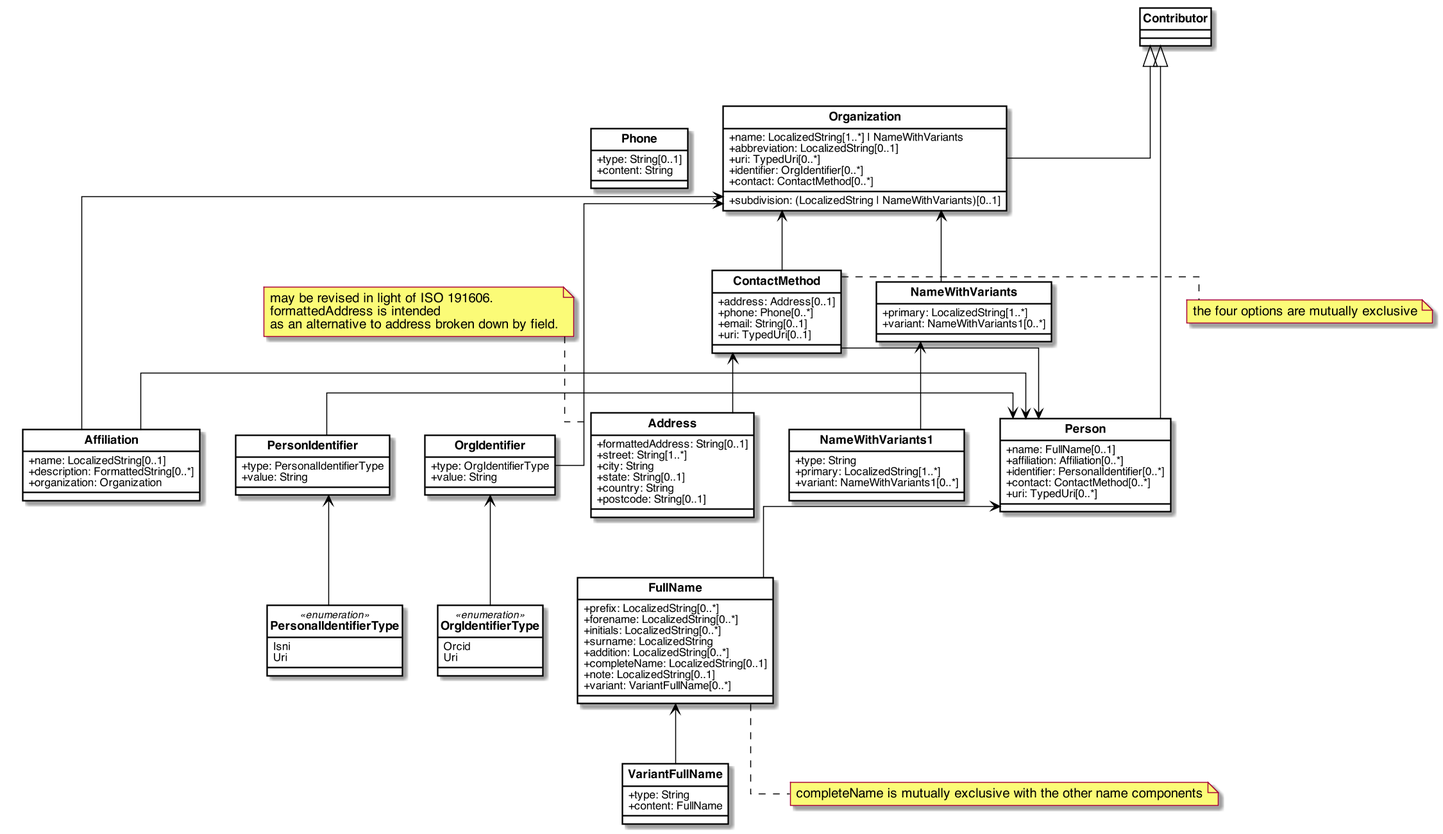
This is images/RelBib_Contributor.png from relaton/relaton-models, a PlantUML export, as it was before one commit.
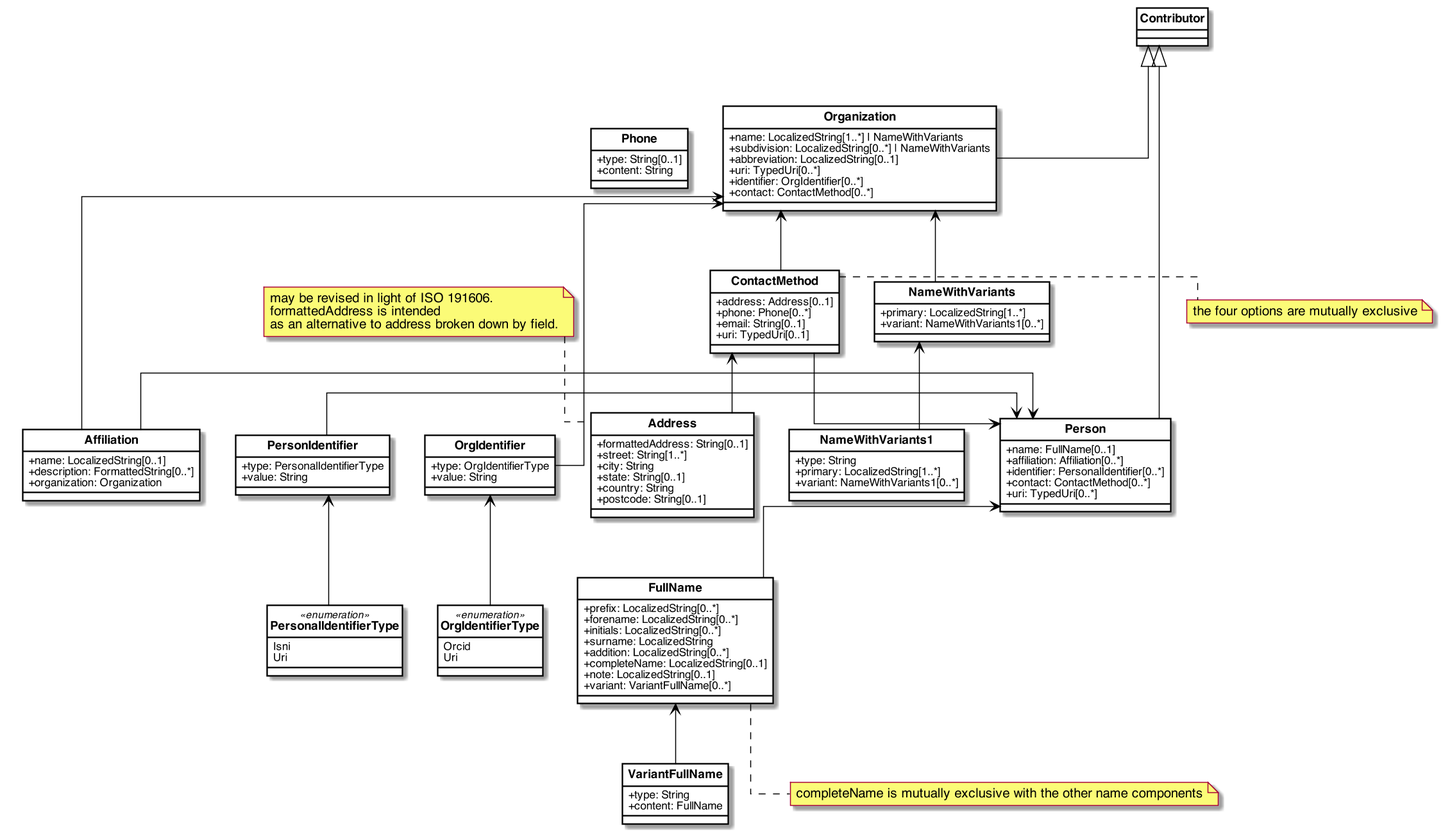
Above is the later version.

What changed in the source:
```diff
@@ -68,7 +68,7 @@
 
     class Organization{
         +name: LocalizedString[1..*] | NameWithVariants
-        +subdivision: (LocalizedString | NameWithVariants)[0..1]
+        +subdivision: LocalizedString[0..*] | NameWithVariants
         +abbreviation: LocalizedString[0..1]
         +uri: TypedUri[0..*]
         +identifier: OrgIdentifier[0..*]
```
